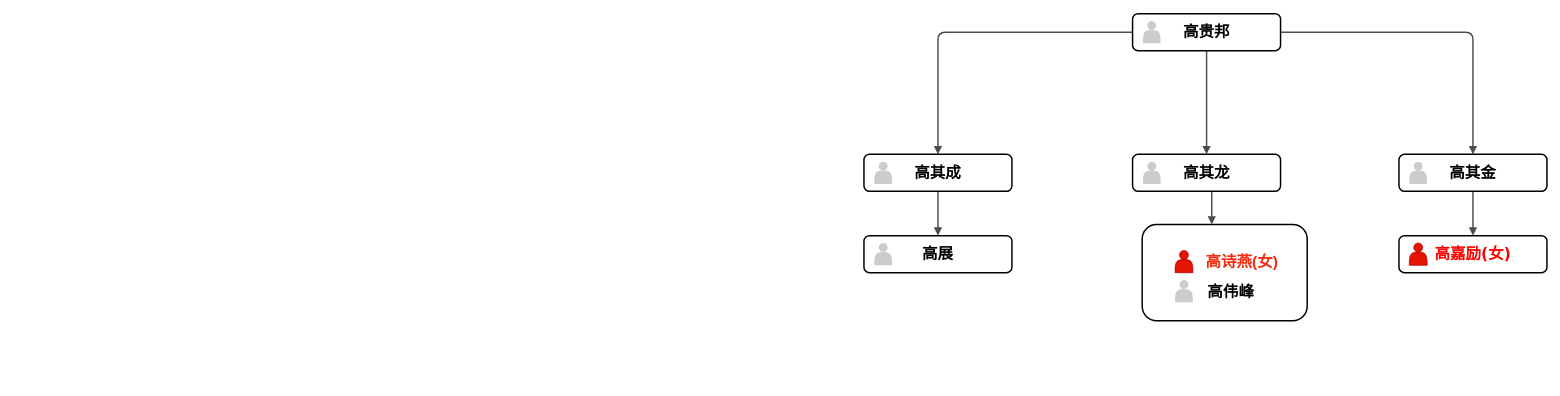
The draw.io diagram Untitled Diagram.drawio in gaoqc/drawio, before the edit. Source tidied: cells renumbered, new cells numbered last; positions are measured from the earlier drawing's top-left corner, leaving out a move shared by most shapes. Both pictures are drawn from the tidied source at 74%, with x=0, y=0 at pixel (864, 13).
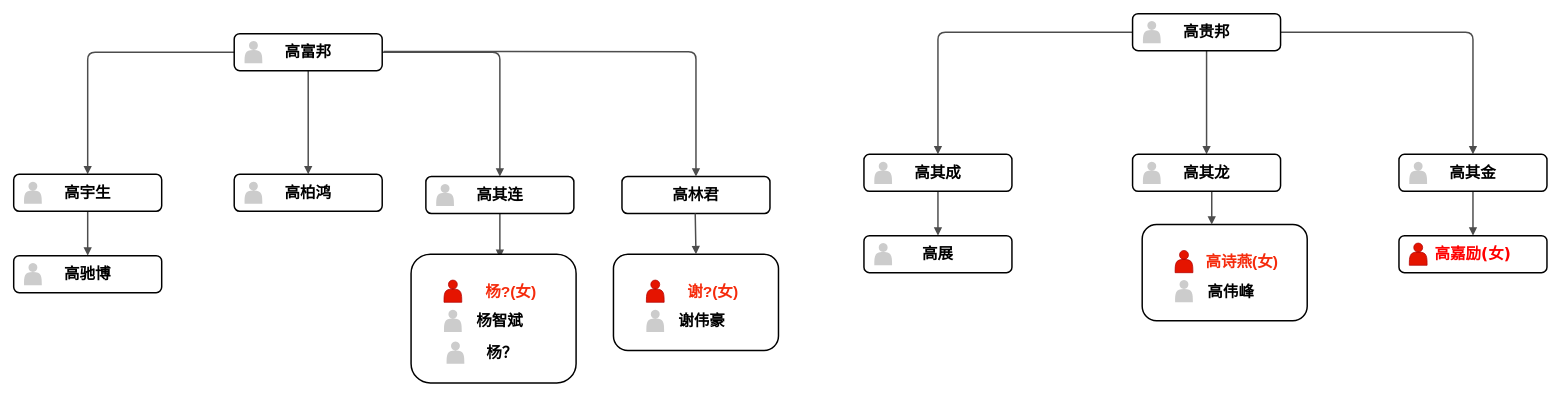
The same diagram, later.

Commit message:
高家人脉关系.drawio

What changed in the source:
```diff
@@
+    <mxCell id="25" style="edgeStyle=orthogonalEdgeStyle;rounded=1;html=1;labelBackgroundColor=none;endArrow=block;endFill=1;strokeColor=#4D4D4D;strokeWidth=2;fontFamily=Verdana;fontSize=21;fontStyle=1;" parent="1" edge="1" source="34" target="32">
+      <mxGeometry relative="1" as="geometry" />
+    </mxCell>
+    <mxCell id="26" style="edgeStyle=orthogonalEdgeStyle;rounded=1;html=1;labelBackgroundColor=none;endArrow=block;endFill=1;strokeColor=#4D4D4D;strokeWidth=2;fontFamily=Verdana;fontSize=21;fontStyle=1;entryX=0.5;entryY=0;entryDx=0;entryDy=0;" parent="1" edge="1" source="34" target="30">
+      <mxGeometry relative="1" as="geometry" />
+    </mxCell>
+    <mxCell id="27" style="edgeStyle=orthogonalEdgeStyle;rounded=1;html=1;labelBackgroundColor=none;endArrow=block;endFill=1;strokeColor=#4D4D4D;strokeWidth=2;fontFamily=Verdana;fontSize=21;fontStyle=1;entryX=0.5;entryY=0;entryDx=0;entryDy=0;" parent="1" edge="1" source="34" target="36">
+      <mxGeometry relative="1" as="geometry" />
+    </mxCell>
+    <mxCell id="28" style="edgeStyle=orthogonalEdgeStyle;rounded=1;html=1;labelBackgroundColor=none;endArrow=block;endFill=1;strokeColor=#4D4D4D;strokeWidth=2;fontFamily=Verdana;fontSize=21;" parent="1" edge="1" source="36">
+      <mxGeometry relative="1" as="geometry">
+        <mxPoint x="-492" y="330" as="targetPoint" />
+      </mxGeometry>
+    </mxCell>
+    <mxCell id="29" style="edgeStyle=elbowEdgeStyle;rounded=1;html=1;labelBackgroundColor=none;endArrow=block;endFill=1;strokeColor=#4D4D4D;strokeWidth=2;fontFamily=Verdana;fontSize=21;" parent="1" edge="1" source="30">
+      <mxGeometry relative="1" as="geometry">
+        <mxPoint x="-1049" y="327" as="targetPoint" />
+      </mxGeometry>
+    </mxCell>
+    <mxCell id="30" value="高宇生" style="whiteSpace=wrap;html=1;rounded=1;shadow=0;comic=0;strokeWidth=2;fontFamily=Verdana;align=center;fontSize=21;fontStyle=1;" parent="1" vertex="1">
+      <mxGeometry x="-1149" y="217" width="200" height="50" as="geometry" />
+    </mxCell>
+    <mxCell id="31" style="shape=actor;whiteSpace=wrap;html=1;rounded=0;shadow=0;comic=0;strokeWidth=1;fillColor=#CCCCCC;fontFamily=Verdana;align=center;strokeColor=none;fontSize=21;fontStyle=1;" parent="1" vertex="1">
+      <mxGeometry x="-1135" y="227" width="24" height="30" as="geometry" />
+    </mxCell>
+    <mxCell id="32" value="高柏鸿" style="whiteSpace=wrap;html=1;rounded=1;shadow=0;comic=0;strokeWidth=2;fontFamily=Verdana;align=center;fontSize=21;fontStyle=1;" parent="1" vertex="1">
+      <mxGeometry x="-851" y="217" width="200" height="50" as="geometry" />
+    </mxCell>
+    <mxCell id="33" style="shape=actor;whiteSpace=wrap;html=1;rounded=0;shadow=0;comic=0;strokeWidth=1;fillColor=#CCCCCC;fontFamily=Verdana;align=center;strokeColor=none;fontSize=21;fontStyle=1;" parent="1" vertex="1">
+      <mxGeometry x="-837" y="227" width="24" height="30" as="geometry" />
+    </mxCell>
+    <mxCell id="34" value="高富邦" style="whiteSpace=wrap;html=1;rounded=1;shadow=0;comic=0;strokeWidth=2;fontFamily=Verdana;align=center;fontSize=21;fontStyle=1;" parent="1" vertex="1">
+      <mxGeometry x="-851" y="27" width="200" height="50" as="geometry" />
+    </mxCell>
+    <mxCell id="35" style="shape=actor;whiteSpace=wrap;html=1;rounded=0;shadow=0;comic=0;strokeWidth=1;fillColor=#CCCCCC;fontFamily=Verdana;align=center;strokeColor=none;fontSize=21;fontStyle=1;" parent="1" vertex="1">
+      <mxGeometry x="-837" y="37" width="24" height="30" as="geometry" />
+    </mxCell>
+    <mxCell id="36" value="高其连" style="whiteSpace=wrap;html=1;rounded=1;shadow=0;comic=0;strokeWidth=2;fontFamily=Verdana;align=center;fontSize=21;fontStyle=1;" parent="1" vertex="1">
+      <mxGeometry x="-592" y="220" width="200" height="50" as="geometry" />
+    </mxCell>
+    <mxCell id="37" style="shape=actor;whiteSpace=wrap;html=1;rounded=0;shadow=0;comic=0;strokeWidth=1;fillColor=#CCCCCC;fontFamily=Verdana;align=center;strokeColor=none;fontSize=21;fontStyle=1;" parent="1" vertex="1">
+      <mxGeometry x="-578" y="230" width="24" height="30" as="geometry" />
+    </mxCell>
+    <mxCell id="38" value="高驰博" style="whiteSpace=wrap;html=1;rounded=1;shadow=0;comic=0;strokeWidth=2;fontFamily=Verdana;align=center;fontSize=21;fontStyle=1;" parent="1" vertex="1">
+      <mxGeometry x="-1149" y="327" width="200" height="50" as="geometry" />
+    </mxCell>
+    <mxCell id="39" style="shape=actor;whiteSpace=wrap;html=1;rounded=0;shadow=0;comic=0;strokeWidth=1;fillColor=#CCCCCC;fontFamily=Verdana;align=center;strokeColor=none;fontSize=21;fontStyle=1;" parent="1" vertex="1">
+      <mxGeometry x="-1135" y="337" width="24" height="30" as="geometry" />
+    </mxCell>
+    <mxCell id="40" value="高林君" style="whiteSpace=wrap;html=1;rounded=1;shadow=0;comic=0;strokeWidth=2;fontFamily=Verdana;align=center;fontSize=21;fontStyle=1;" parent="1" vertex="1">
+      <mxGeometry x="-327" y="220" width="200" height="50" as="geometry" />
+    </mxCell>
+    <mxCell id="41" style="whiteSpace=wrap;html=1;rounded=1;shadow=0;comic=0;strokeWidth=2;fontFamily=Verdana;align=center;fontSize=21;" parent="1" vertex="1">
+      <mxGeometry x="-612" y="325" width="223" height="174" as="geometry" />
+    </mxCell>
+    <mxCell id="42" style="shape=actor;whiteSpace=wrap;html=1;rounded=0;shadow=0;comic=0;strokeWidth=1;fillColor=#e51400;fontFamily=Verdana;align=center;strokeColor=#B20000;fontSize=21;fontStyle=1;fontColor=#ffffff;" parent="1" vertex="1">
+      <mxGeometry x="-567.5" y="360" width="24" height="30" as="geometry" />
+    </mxCell>
+    <mxCell id="43" value="杨?(女)" style="text;html=1;strokeColor=none;fillColor=none;align=center;verticalAlign=middle;whiteSpace=wrap;rounded=0;fontSize=21;fontStyle=1;fontColor=#F52B0C;" parent="1" vertex="1">
+      <mxGeometry x="-533.5" y="360" width="111.5" height="30" as="geometry" />
+    </mxCell>
+    <mxCell id="44" style="shape=actor;whiteSpace=wrap;html=1;rounded=0;shadow=0;comic=0;strokeWidth=1;fillColor=#CCCCCC;fontFamily=Verdana;align=center;strokeColor=none;fontSize=21;fontStyle=1;" parent="1" vertex="1">
+      <mxGeometry x="-567.5" y="400" width="24" height="30" as="geometry" />
+    </mxCell>
+    <mxCell id="45" value="杨智斌" style="text;html=1;strokeColor=none;fillColor=none;align=center;verticalAlign=middle;whiteSpace=wrap;rounded=0;fontSize=21;fontStyle=1;" parent="1" vertex="1">
+      <mxGeometry x="-533.5" y="400" width="81.5" height="30" as="geometry" />
+    </mxCell>
+    <mxCell id="46" style="whiteSpace=wrap;html=1;rounded=1;shadow=0;comic=0;strokeWidth=2;fontFamily=Verdana;align=center;fontSize=21;" parent="1" vertex="1">
+      <mxGeometry x="-338.5" y="325" width="223" height="130" as="geometry" />
+    </mxCell>
+    <mxCell id="47" style="shape=actor;whiteSpace=wrap;html=1;rounded=0;shadow=0;comic=0;strokeWidth=1;fillColor=#e51400;fontFamily=Verdana;align=center;strokeColor=#B20000;fontSize=21;fontStyle=1;fontColor=#ffffff;" parent="1" vertex="1">
+      <mxGeometry x="-294" y="360" width="24" height="30" as="geometry" />
+    </mxCell>
+    <mxCell id="48" value="谢?(女)" style="text;html=1;strokeColor=none;fillColor=none;align=center;verticalAlign=middle;whiteSpace=wrap;rounded=0;fontSize=21;fontStyle=1;fontColor=#F52B0C;" parent="1" vertex="1">
+      <mxGeometry x="-260" y="360" width="111.5" height="30" as="geometry" />
+    </mxCell>
+    <mxCell id="49" style="shape=actor;whiteSpace=wrap;html=1;rounded=0;shadow=0;comic=0;strokeWidth=1;fillColor=#CCCCCC;fontFamily=Verdana;align=center;strokeColor=none;fontSize=21;fontStyle=1;" parent="1" vertex="1">
+      <mxGeometry x="-294" y="400" width="24" height="30" as="geometry" />
+    </mxCell>
+    <mxCell id="50" value="谢伟豪" style="text;html=1;strokeColor=none;fillColor=none;align=center;verticalAlign=middle;whiteSpace=wrap;rounded=0;fontSize=21;fontStyle=1;" parent="1" vertex="1">
+      <mxGeometry x="-260" y="400" width="81.5" height="30" as="geometry" />
+    </mxCell>
+    <mxCell id="51" style="edgeStyle=orthogonalEdgeStyle;rounded=1;html=1;labelBackgroundColor=none;endArrow=block;endFill=1;strokeColor=#4D4D4D;strokeWidth=2;fontFamily=Verdana;fontSize=21;fontStyle=1;entryX=0.5;entryY=0;entryDx=0;entryDy=0;" parent="1" edge="1" target="40">
+      <mxGeometry relative="1" as="geometry">
+        <mxPoint x="-649" y="51" as="sourcePoint" />
+      </mxGeometry>
+    </mxCell>
+    <mxCell id="52" style="edgeStyle=orthogonalEdgeStyle;rounded=1;html=1;labelBackgroundColor=none;endArrow=block;endFill=1;strokeColor=#4D4D4D;strokeWidth=2;fontFamily=Verdana;fontSize=21;" parent="1" edge="1" target="46">
+      <mxGeometry relative="1" as="geometry">
+        <mxPoint x="-228" y="270" as="sourcePoint" />
+      </mxGeometry>
+    </mxCell>
+    <mxCell id="53" style="shape=actor;whiteSpace=wrap;html=1;rounded=0;shadow=0;comic=0;strokeWidth=1;fillColor=#CCCCCC;fontFamily=Verdana;align=center;strokeColor=none;fontSize=21;fontStyle=1;" parent="1" vertex="1">
+      <mxGeometry x="-564" y="443" width="24" height="30" as="geometry" />
+    </mxCell>
+    <mxCell id="54" value="杨？" style="text;html=1;strokeColor=none;fillColor=none;align=center;verticalAlign=middle;whiteSpace=wrap;rounded=0;fontSize=21;fontStyle=1;" parent="1" vertex="1">
+      <mxGeometry x="-530" y="443" width="81.5" height="30" as="geometry" />
+    </mxCell>
```
